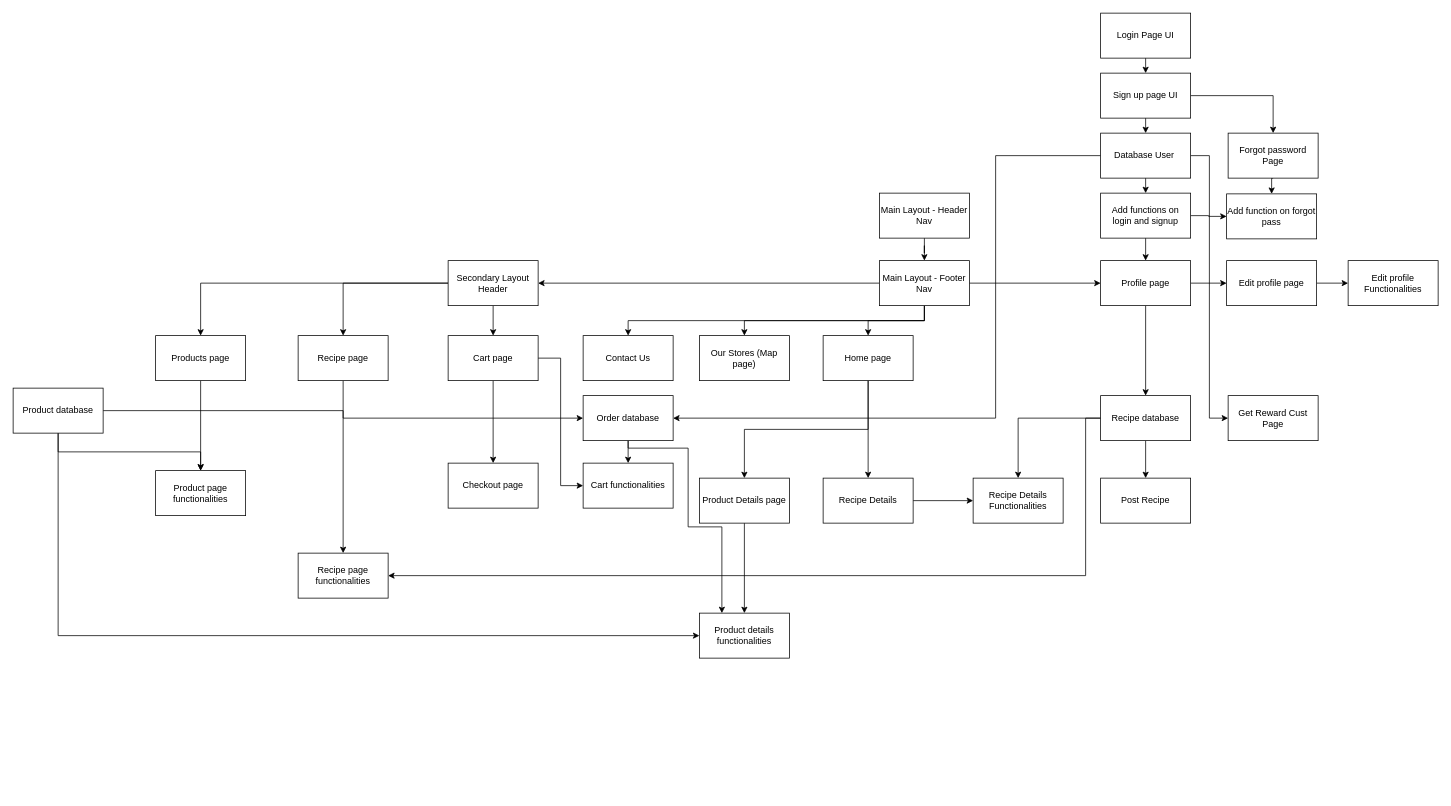
The draw.io diagram Untitled Diagram.drawio in Wavergg/721SoftwareEngineering, before the edit. Source tidied: cells renumbered, new cells numbered last; positions are measured from the earlier drawing's top-left corner, leaving out a move shared by most shapes. Both pictures are drawn from the tidied source at 75%, with x=0, y=0 at pixel (13, 13).
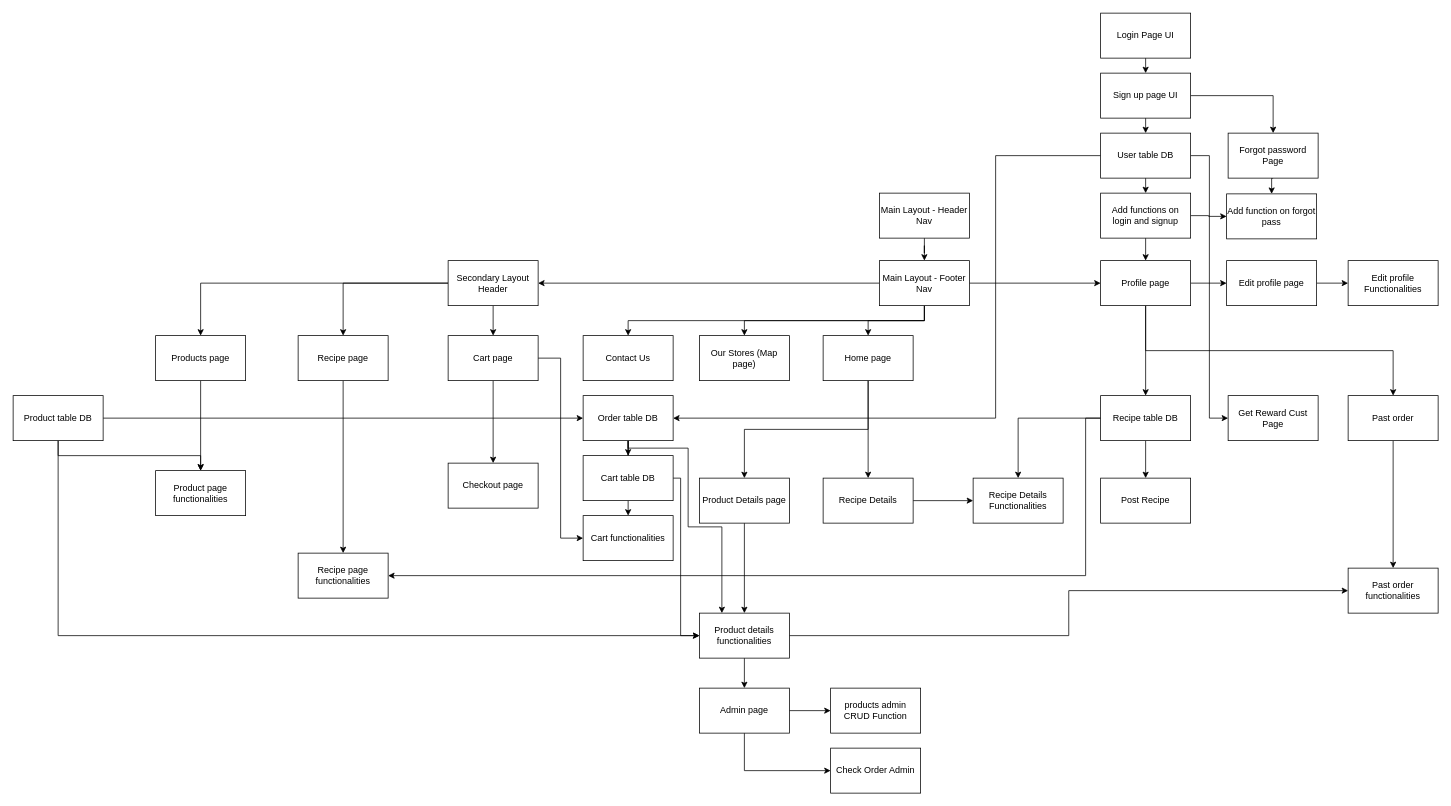
After the change.

Unchanged cells that the change refers to:
```xml
<mxCell id="21" value="Profile page" style="rounded=0;whiteSpace=wrap;html=1;" parent="1" vertex="1">
  <mxGeometry x="1450" y="330" width="120" height="60" as="geometry" />
</mxCell>
<mxCell id="59" value="Product details functionalities" style="rounded=0;whiteSpace=wrap;html=1;" parent="1" vertex="1">
  <mxGeometry x="915" y="800" width="120" height="60" as="geometry" />
</mxCell>
```

What changed in the source:
```diff
@@
+    <mxCell id="70" style="edgeStyle=orthogonalEdgeStyle;rounded=0;jettySize=auto;html=1;exitX=0.5;exitY=1;exitDx=0;exitDy=0;" parent="1" edge="1" source="21" target="83">
+      <mxGeometry relative="1" as="geometry" />
+    </mxCell>
@@
-    <mxCell id="25" value="Database User&amp;nbsp;" style="rounded=0;whiteSpace=wrap;html=1;" parent="1" vertex="1">
+    <mxCell id="25" value="User table DB" style="rounded=0;whiteSpace=wrap;html=1;" parent="1" vertex="1">
       <mxGeometry x="1450" y="160" width="120" height="60" as="geometry" />
     </mxCell>
@@
-    <mxCell id="46" value="Recipe database" style="rounded=0;whiteSpace=wrap;html=1;" parent="1" vertex="1">
+    <mxCell id="46" value="Recipe table DB" style="rounded=0;whiteSpace=wrap;html=1;" parent="1" vertex="1">
       <mxGeometry x="1450" y="510" width="120" height="60" as="geometry" />
     </mxCell>
@@
+    <mxCell id="71" style="edgeStyle=orthogonalEdgeStyle;rounded=0;jettySize=auto;html=1;exitX=0.5;exitY=1;exitDx=0;exitDy=0;entryX=0.5;entryY=0;entryDx=0;entryDy=0;" parent="1" edge="1" source="59" target="79">
+      <mxGeometry relative="1" as="geometry" />
+    </mxCell>
+    <mxCell id="72" style="edgeStyle=orthogonalEdgeStyle;rounded=0;jettySize=auto;html=1;exitX=1;exitY=0.5;exitDx=0;exitDy=0;entryX=0;entryY=0.5;entryDx=0;entryDy=0;" parent="1" edge="1" source="59" target="84">
+      <mxGeometry relative="1" as="geometry" />
+    </mxCell>
@@
-    <mxCell id="64" value="Product database" style="rounded=0;whiteSpace=wrap;html=1;" parent="1" vertex="1">
-      <mxGeometry y="500" width="120" height="60" as="geometry" />
+    <mxCell id="64" value="Product table DB" style="rounded=0;whiteSpace=wrap;html=1;" parent="1" vertex="1">
+      <mxGeometry y="510" width="120" height="60" as="geometry" />
     </mxCell>
     <mxCell id="65" value="Cart functionalities" style="rounded=0;whiteSpace=wrap;html=1;" parent="1" vertex="1">
-      <mxGeometry x="760" y="600" width="120" height="60" as="geometry" />
+      <mxGeometry x="760" y="670" width="120" height="60" as="geometry" />
     </mxCell>
@@
-    <mxCell id="67" style="edgeStyle=orthogonalEdgeStyle;rounded=0;jettySize=auto;html=1;exitX=0.5;exitY=1;exitDx=0;exitDy=0;entryX=0.5;entryY=0;entryDx=0;entryDy=0;" parent="1" edge="1" source="69" target="65">
-      <mxGeometry relative="1" as="geometry" />
-    </mxCell>
@@
+    <mxCell id="73" style="edgeStyle=orthogonalEdgeStyle;rounded=0;jettySize=auto;html=1;exitX=0.5;exitY=1;exitDx=0;exitDy=0;" parent="1" edge="1" source="69" target="76">
+      <mxGeometry relative="1" as="geometry" />
+    </mxCell>
-    <mxCell id="69" value="Order database" style="rounded=0;whiteSpace=wrap;html=1;" parent="1" vertex="1">
+    <mxCell id="69" value="Order table DB" style="rounded=0;whiteSpace=wrap;html=1;" parent="1" vertex="1">
       <mxGeometry x="760" y="510" width="120" height="60" as="geometry" />
     </mxCell>
+    <mxCell id="74" style="edgeStyle=orthogonalEdgeStyle;rounded=0;jettySize=auto;html=1;exitX=1;exitY=0.5;exitDx=0;exitDy=0;entryX=0;entryY=0.5;entryDx=0;entryDy=0;" parent="1" edge="1" source="76" target="59">
+      <mxGeometry relative="1" as="geometry">
+        <Array as="points">
+          <mxPoint x="890" y="620" />
+          <mxPoint x="890" y="830" />
+        </Array>
+      </mxGeometry>
+    </mxCell>
+    <mxCell id="75" style="edgeStyle=orthogonalEdgeStyle;rounded=0;jettySize=auto;html=1;exitX=0.5;exitY=1;exitDx=0;exitDy=0;entryX=0.5;entryY=0;entryDx=0;entryDy=0;" parent="1" edge="1" source="76" target="65">
+      <mxGeometry relative="1" as="geometry" />
+    </mxCell>
+    <mxCell id="76" value="Cart table DB" style="rounded=0;whiteSpace=wrap;html=1;" parent="1" vertex="1">
+      <mxGeometry x="760" y="590" width="120" height="60" as="geometry" />
+    </mxCell>
+    <mxCell id="77" style="edgeStyle=orthogonalEdgeStyle;rounded=0;jettySize=auto;html=1;" parent="1" edge="1" source="79" target="80">
+      <mxGeometry relative="1" as="geometry" />
+    </mxCell>
+    <mxCell id="78" style="edgeStyle=orthogonalEdgeStyle;rounded=0;jettySize=auto;html=1;exitX=0.5;exitY=1;exitDx=0;exitDy=0;entryX=0;entryY=0.5;entryDx=0;entryDy=0;" parent="1" edge="1" source="79" target="81">
+      <mxGeometry relative="1" as="geometry" />
+    </mxCell>
+    <mxCell id="79" value="Admin page" style="rounded=0;whiteSpace=wrap;html=1;" parent="1" vertex="1">
+      <mxGeometry x="915" y="900" width="120" height="60" as="geometry" />
+    </mxCell>
+    <mxCell id="80" value="products admin CRUD Function" style="rounded=0;whiteSpace=wrap;html=1;" parent="1" vertex="1">
+      <mxGeometry x="1090" y="900" width="120" height="60" as="geometry" />
+    </mxCell>
+    <mxCell id="81" value="Check Order Admin" style="rounded=0;whiteSpace=wrap;html=1;" parent="1" vertex="1">
+      <mxGeometry x="1090" y="980" width="120" height="60" as="geometry" />
+    </mxCell>
+    <mxCell id="82" style="edgeStyle=orthogonalEdgeStyle;rounded=0;jettySize=auto;html=1;exitX=0.5;exitY=1;exitDx=0;exitDy=0;" parent="1" edge="1" source="83" target="84">
+      <mxGeometry relative="1" as="geometry" />
+    </mxCell>
+    <mxCell id="83" value="Past order" style="rounded=0;whiteSpace=wrap;html=1;" parent="1" vertex="1">
+      <mxGeometry x="1780" y="510" width="120" height="60" as="geometry" />
+    </mxCell>
+    <mxCell id="84" value="Past order functionalities" style="rounded=0;whiteSpace=wrap;html=1;" parent="1" vertex="1">
+      <mxGeometry x="1780" y="740" width="120" height="60" as="geometry" />
+    </mxCell>
```
